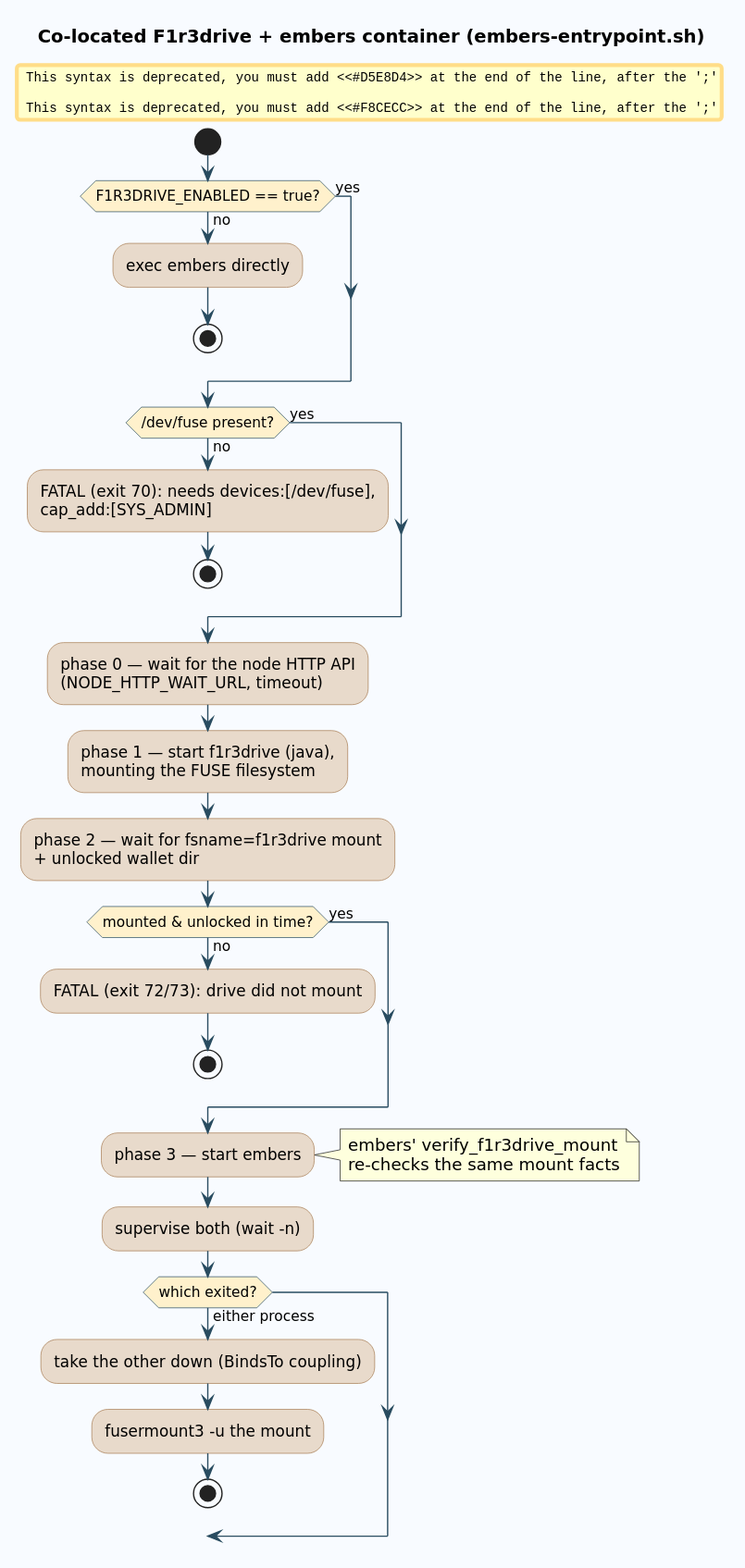
Above: docs/diagrams/28-docker-supervise.svg in F1R3FLY-io/embers (PlantUML), before the change.
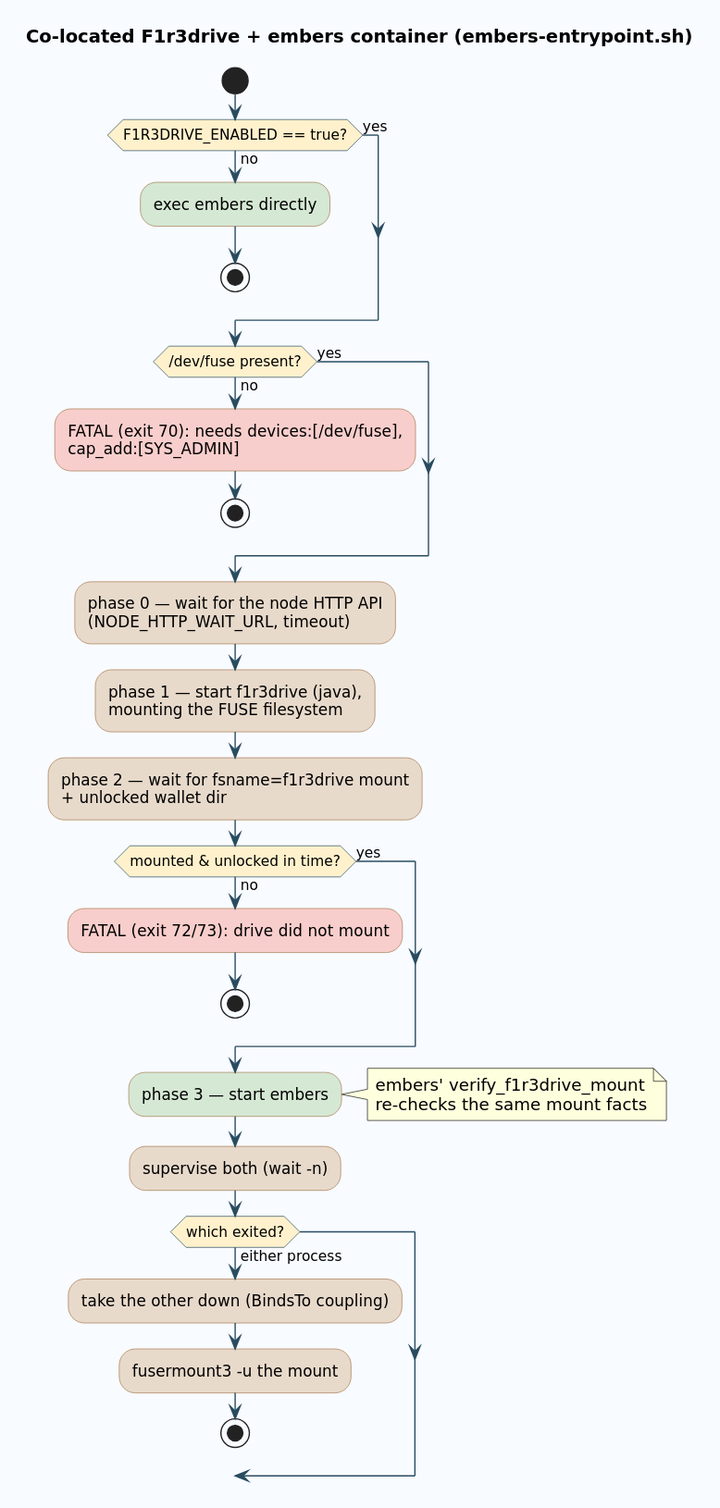
After the commit.

The edit, as a diff of the source:
```diff
@@ -14,12 +14,12 @@
 
 start
 if (F1R3DRIVE_ENABLED == true?) then (no)
-  #D5E8D4:exec embers directly;
+  :exec embers directly;<<#D5E8D4>>
   stop
 else (yes)
 endif
 if (/dev/fuse present?) then (no)
-  #F8CECC:FATAL (exit 70): needs devices:[/dev/fuse],\ncap_add:[SYS_ADMIN];
+  :FATAL (exit 70): needs devices:[/dev/fuse],\ncap_add:[SYS_ADMIN];<<#F8CECC>>
   stop
 else (yes)
 endif
@@ -27,11 +27,11 @@
 :phase 1 — start f1r3drive (java),\nmounting the FUSE filesystem;
 :phase 2 — wait for fsname=f1r3drive mount\n+ unlocked wallet dir;
 if (mounted & unlocked in time?) then (no)
-  #F8CECC:FATAL (exit 72/73): drive did not mount;
+  :FATAL (exit 72/73): drive did not mount;<<#F8CECC>>
   stop
 else (yes)
 endif
-#D5E8D4:phase 3 — start embers;
+:phase 3 — start embers;<<#D5E8D4>>
 note right: embers' verify_f1r3drive_mount\nre-checks the same mount facts
 :supervise both (wait -n);
 if (which exited?) then (either process)
```
